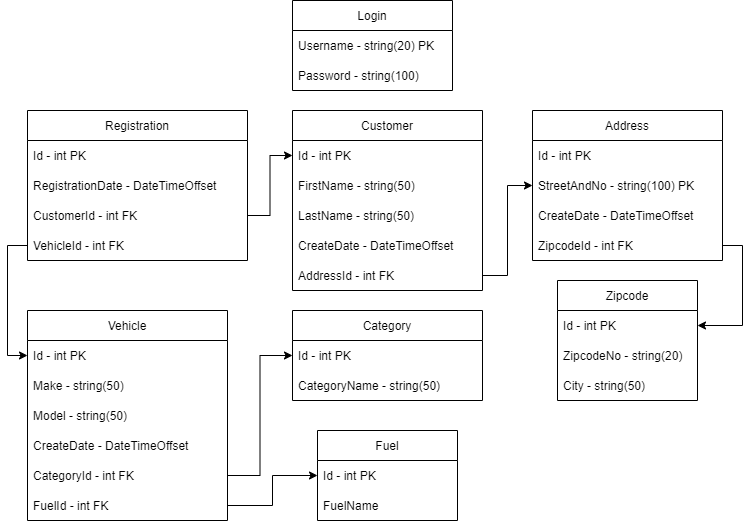
Nicklasvsams/MotorNVS keeps this draw.io diagram as Design/MotorkontorER.png. Above is the earlier version. Source tidied: cells renumbered, new cells last; positions are measured from the earlier drawing's top-left corner, leaving out a move shared by most shapes.
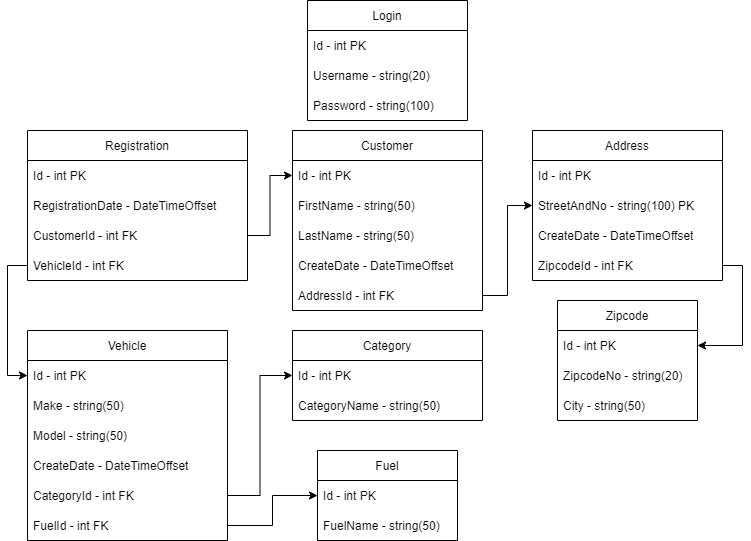
The same diagram one commit later.

The edit, as a diff of the source:
```diff
@@ -3,13 +3,16 @@
     <mxCell id="0" />
     <mxCell id="1" parent="0" />
     <mxCell id="2" value="Login" style="swimlane;fontStyle=0;horizontal=1;startSize=30;" parent="1" vertex="1">
-      <mxGeometry x="265" width="160" height="90" as="geometry" />
+      <mxGeometry x="280" y="-20" width="160" height="120" as="geometry" />
     </mxCell>
+    <mxCell id="44" value="Id - int PK" style="text;strokeColor=none;fillColor=none;align=left;verticalAlign=middle;spacingLeft=4;spacingRight=4;overflow=hidden;" parent="2" vertex="1">
+      <mxGeometry y="30" width="160" height="30" as="geometry" />
+    </mxCell>
-    <mxCell id="3" value="Username - string(20) PK " style="text;strokeColor=none;fillColor=none;align=left;verticalAlign=middle;spacingLeft=4;spacingRight=4;overflow=hidden;" parent="2" vertex="1">
-      <mxGeometry y="30" width="160" height="30" as="geometry" />
+    <mxCell id="3" value="Username - string(20)" style="text;strokeColor=none;fillColor=none;align=left;verticalAlign=middle;spacingLeft=4;spacingRight=4;overflow=hidden;" parent="2" vertex="1">
+      <mxGeometry y="60" width="160" height="30" as="geometry" />
     </mxCell>
     <mxCell id="4" value="Password - string(100)" style="text;strokeColor=none;fillColor=none;align=left;verticalAlign=middle;spacingLeft=4;spacingRight=4;overflow=hidden;" parent="2" vertex="1">
-      <mxGeometry y="60" width="160" height="30" as="geometry" />
+      <mxGeometry y="90" width="160" height="30" as="geometry" />
     </mxCell>
     <mxCell id="5" value="Address" style="swimlane;fontStyle=0;horizontal=1;startSize=30;" parent="1" vertex="1">
       <mxGeometry x="505" y="110" width="190" height="150" as="geometry" />
@@ -101,7 +104,7 @@
     <mxCell id="34" value="Id - int PK" style="text;strokeColor=none;fillColor=none;align=left;verticalAlign=middle;spacingLeft=4;spacingRight=4;overflow=hidden;points=[[0,0.5],[1,0.5]];portConstraint=eastwest;" parent="33" vertex="1">
       <mxGeometry y="30" width="140" height="30" as="geometry" />
     </mxCell>
-    <mxCell id="35" value="FuelName" style="text;strokeColor=none;fillColor=none;align=left;verticalAlign=middle;spacingLeft=4;spacingRight=4;overflow=hidden;" parent="33" vertex="1">
+    <mxCell id="35" value="FuelName - string(50)" style="text;strokeColor=none;fillColor=none;align=left;verticalAlign=middle;spacingLeft=4;spacingRight=4;overflow=hidden;" parent="33" vertex="1">
       <mxGeometry y="60" width="140" height="30" as="geometry" />
     </mxCell>
     <mxCell id="36" style="edgeStyle=orthogonalEdgeStyle;rounded=0;jettySize=auto;html=1;exitX=1;exitY=0.5;exitDx=0;exitDy=0;" parent="1" edge="1" source="27" target="34">
```
